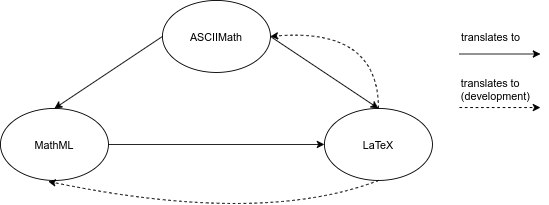
This is docs/source/_static/images/py_asciimath_translations.png from belerico/py_asciimath, a draw.io export, as it was before one commit. Source tidied: cells renumbered, new cells last; positions are measured from the earlier drawing's top-left corner, leaving out a move shared by most shapes. The source it was exported from:
```xml
<mxGraphModel>
  <root>
    <mxCell id="0" />
    <mxCell id="1" parent="0" />
    <mxCell id="2" value="ASCIIMath" style="ellipse;whiteSpace=wrap;html=1;" parent="1" vertex="1">
      <mxGeometry x="180" width="120" height="80" as="geometry" />
    </mxCell>
    <mxCell id="3" style="edgeStyle=orthogonalEdgeStyle;rounded=0;jettySize=auto;html=1;" parent="1" edge="1" source="4" target="5">
      <mxGeometry relative="1" as="geometry" />
    </mxCell>
    <mxCell id="4" value="MathML" style="ellipse;whiteSpace=wrap;html=1;" parent="1" vertex="1">
      <mxGeometry y="120" width="120" height="80" as="geometry" />
    </mxCell>
    <mxCell id="5" value="LaTeX" style="ellipse;whiteSpace=wrap;html=1;" parent="1" vertex="1">
      <mxGeometry x="360" y="120" width="120" height="80" as="geometry" />
    </mxCell>
    <mxCell id="6" style="endArrow=classic;html=1;exitX=1;exitY=0.5;exitDx=0;exitDy=0;entryX=0.5;entryY=0;entryDx=0;entryDy=0;" parent="1" edge="1" source="2" target="5">
      <mxGeometry relative="1" as="geometry" />
    </mxCell>
    <mxCell id="7" style="endArrow=classic;html=1;exitX=0;exitY=0.5;exitDx=0;exitDy=0;entryX=0.5;entryY=0;entryDx=0;entryDy=0;" parent="1" edge="1" source="2" target="4">
      <mxGeometry relative="1" as="geometry" />
    </mxCell>
    <mxCell id="8" style="curved=1;endArrow=classic;html=1;entryX=0.442;entryY=1.013;entryDx=0;entryDy=0;entryPerimeter=0;exitX=0.5;exitY=1;exitDx=0;exitDy=0;strokeColor=#000000;dashed=1;" parent="1" edge="1" source="5" target="4">
      <mxGeometry relative="1" as="geometry">
        <Array as="points">
          <mxPoint x="290" y="250" />
        </Array>
      </mxGeometry>
    </mxCell>
    <mxCell id="9" style="curved=1;endArrow=classic;html=1;entryX=1;entryY=0.5;entryDx=0;entryDy=0;exitX=0.5;exitY=0;exitDx=0;exitDy=0;strokeColor=#000000;dashed=1;" parent="1" edge="1" source="5" target="2">
      <mxGeometry relative="1" as="geometry">
        <Array as="points">
          <mxPoint x="420" y="30" />
        </Array>
      </mxGeometry>
    </mxCell>
    <mxCell id="10" style="endArrow=classic;html=1;strokeColor=#000000;" parent="1" edge="1">
      <mxGeometry relative="1" as="geometry">
        <mxPoint x="510" y="59.5" as="sourcePoint" />
        <mxPoint x="600" y="59.5" as="targetPoint" />
      </mxGeometry>
    </mxCell>
    <mxCell id="11" style="endArrow=classic;html=1;dashed=1;strokeColor=#000000;" parent="1" edge="1">
      <mxGeometry relative="1" as="geometry">
        <mxPoint x="510" y="119" as="sourcePoint" />
        <mxPoint x="600" y="119" as="targetPoint" />
      </mxGeometry>
    </mxCell>
    <mxCell id="12" value="translates to" style="text;html=1;strokeColor=none;fillColor=none;align=center;verticalAlign=middle;whiteSpace=wrap;rounded=0;" parent="1" vertex="1">
      <mxGeometry x="510" y="30" width="70" height="20" as="geometry" />
    </mxCell>
    <mxCell id="13" value="translates to&lt;br&gt;(development)" style="text;html=1;strokeColor=none;fillColor=none;align=left;verticalAlign=middle;whiteSpace=wrap;rounded=0;" parent="1" vertex="1">
      <mxGeometry x="510" y="89" width="80" height="20" as="geometry" />
    </mxCell>
  </root>
</mxGraphModel>
```
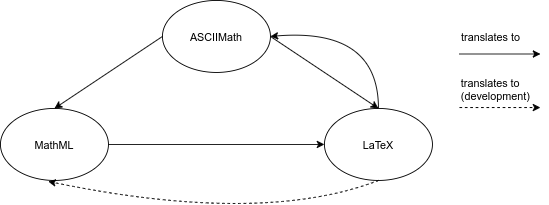
Above is the later version.

Change to the diagram source:
```diff
@@ -27,7 +27,7 @@
         </Array>
       </mxGeometry>
     </mxCell>
-    <mxCell id="9" style="curved=1;endArrow=classic;html=1;entryX=1;entryY=0.5;entryDx=0;entryDy=0;exitX=0.5;exitY=0;exitDx=0;exitDy=0;strokeColor=#000000;dashed=1;" parent="1" edge="1" source="5" target="2">
+    <mxCell id="9" style="curved=1;endArrow=classic;html=1;entryX=1;entryY=0.5;entryDx=0;entryDy=0;exitX=0.5;exitY=0;exitDx=0;exitDy=0;strokeColor=#000000;" parent="1" edge="1" source="5" target="2">
       <mxGeometry relative="1" as="geometry">
         <Array as="points">
           <mxPoint x="420" y="30" />
```
